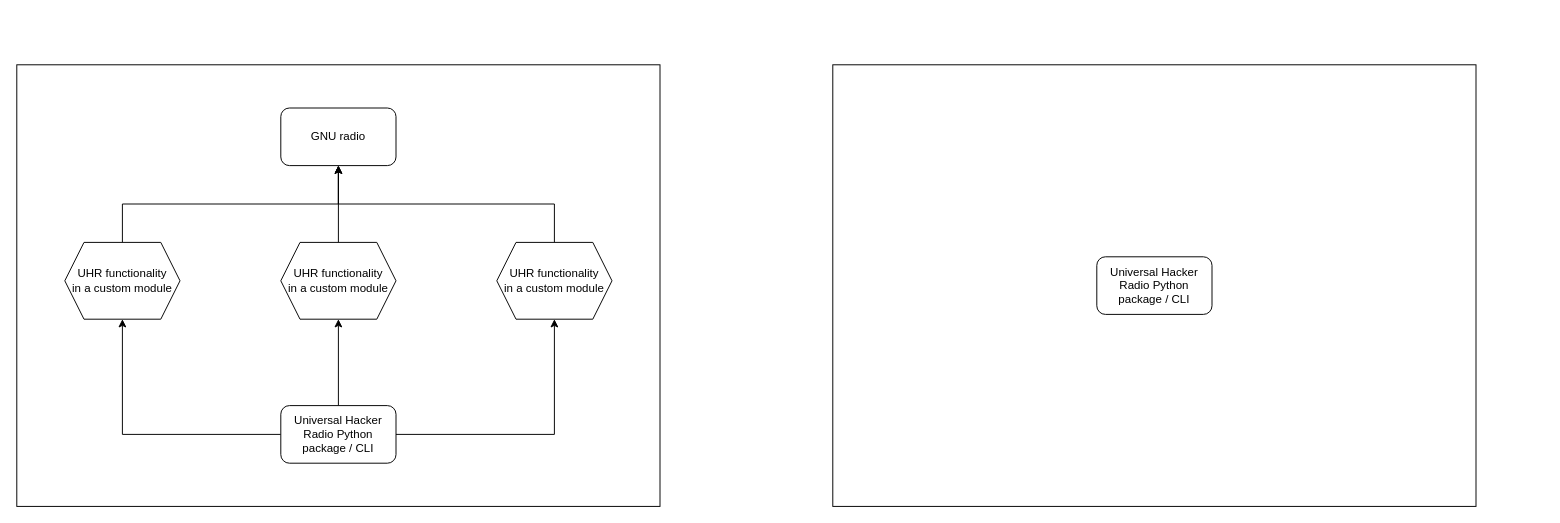
Earlier version of the draw.io diagram wsa-sdr.drawio (TerjeRusska/wsa-sdr). Source tidied: cells renumbered, new cells numbered last; positions are measured from the earlier drawing's top-left corner, leaving out a move shared by most shapes. Both pictures are drawn from the tidied source at 96%, with x=0, y=0 at pixel (16, 64).
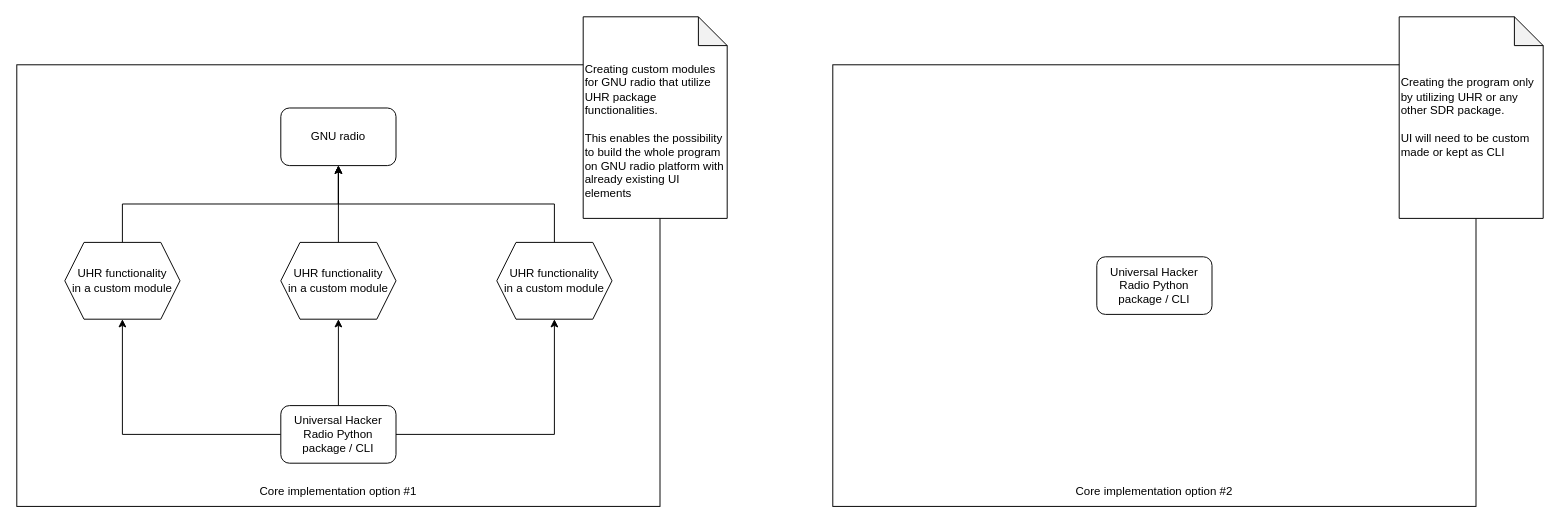
The same page after the edit.

What changed in the source:
```diff
@@
 <mxGraphModel>
   <root>
     <mxCell id="0" />
     <mxCell id="1" parent="0" />
     <mxCell id="2" style="rounded=0;whiteSpace=wrap;html=1;" parent="1" vertex="1">
       <mxGeometry x="850" width="670" height="460" as="geometry" />
     </mxCell>
     <mxCell id="3" style="rounded=0;whiteSpace=wrap;html=1;" parent="1" vertex="1">
       <mxGeometry width="670" height="460" as="geometry" />
     </mxCell>
     <mxCell id="4" style="edgeStyle=orthogonalEdgeStyle;rounded=0;jettySize=auto;html=1;" parent="1" edge="1" source="7" target="10">
       <mxGeometry relative="1" as="geometry" />
     </mxCell>
     <mxCell id="5" style="edgeStyle=orthogonalEdgeStyle;rounded=0;jettySize=auto;html=1;" parent="1" edge="1" source="7" target="12">
       <mxGeometry relative="1" as="geometry" />
     </mxCell>
     <mxCell id="6" style="edgeStyle=orthogonalEdgeStyle;rounded=0;jettySize=auto;html=1;" parent="1" edge="1" source="7" target="14">
       <mxGeometry relative="1" as="geometry" />
     </mxCell>
     <mxCell id="7" value="Universal Hacker Radio Python package / CLI" style="rounded=1;whiteSpace=wrap;html=1;" parent="1" vertex="1">
       <mxGeometry x="275" y="355" width="120" height="60" as="geometry" />
     </mxCell>
     <mxCell id="8" value="GNU radio" style="rounded=1;whiteSpace=wrap;html=1;" parent="1" vertex="1">
       <mxGeometry x="275" y="45" width="120" height="60" as="geometry" />
     </mxCell>
     <mxCell id="9" style="edgeStyle=orthogonalEdgeStyle;rounded=0;jettySize=auto;html=1;exitX=0.5;exitY=0;exitDx=0;exitDy=0;" parent="1" edge="1" source="10" target="8">
       <mxGeometry relative="1" as="geometry" />
     </mxCell>
     <mxCell id="10" value="&lt;div&gt;UHR functionality&lt;/div&gt;&lt;div&gt;in a custom module&lt;br&gt;&lt;/div&gt;" style="shape=hexagon;perimeter=hexagonPerimeter2;whiteSpace=wrap;html=1;fixedSize=1;" parent="1" vertex="1">
       <mxGeometry x="50" y="185" width="120" height="80" as="geometry" />
     </mxCell>
     <mxCell id="11" style="edgeStyle=orthogonalEdgeStyle;rounded=0;jettySize=auto;html=1;exitX=0.5;exitY=0;exitDx=0;exitDy=0;" parent="1" edge="1" source="12" target="8">
       <mxGeometry relative="1" as="geometry" />
     </mxCell>
     <mxCell id="12" value="&lt;div&gt;UHR functionality&lt;/div&gt;&lt;div&gt;in a custom module&lt;br&gt;&lt;/div&gt;" style="shape=hexagon;perimeter=hexagonPerimeter2;whiteSpace=wrap;html=1;fixedSize=1;" parent="1" vertex="1">
       <mxGeometry x="275" y="185" width="120" height="80" as="geometry" />
     </mxCell>
     <mxCell id="13" style="edgeStyle=orthogonalEdgeStyle;rounded=0;jettySize=auto;html=1;exitX=0.5;exitY=0;exitDx=0;exitDy=0;" parent="1" edge="1" source="14" target="8">
       <mxGeometry relative="1" as="geometry" />
     </mxCell>
     <mxCell id="14" value="&lt;div&gt;UHR functionality&lt;/div&gt;&lt;div&gt;in a custom module&lt;br&gt;&lt;/div&gt;" style="shape=hexagon;perimeter=hexagonPerimeter2;whiteSpace=wrap;html=1;fixedSize=1;" parent="1" vertex="1">
       <mxGeometry x="500" y="185" width="120" height="80" as="geometry" />
     </mxCell>
     <mxCell id="15" value="Universal Hacker Radio Python package / CLI" style="rounded=1;whiteSpace=wrap;html=1;" parent="1" vertex="1">
       <mxGeometry x="1125" y="200" width="120" height="60" as="geometry" />
     </mxCell>
+    <mxCell id="16" value="Core implementation option #1" style="text;html=1;strokeColor=none;fillColor=none;align=center;verticalAlign=middle;whiteSpace=wrap;rounded=0;" parent="1" vertex="1">
+      <mxGeometry y="430" width="670" height="30" as="geometry" />
+    </mxCell>
+    <mxCell id="17" value="Core implementation option #2" style="text;html=1;strokeColor=none;fillColor=none;align=center;verticalAlign=middle;whiteSpace=wrap;rounded=0;" parent="1" vertex="1">
+      <mxGeometry x="850" y="430" width="670" height="30" as="geometry" />
+    </mxCell>
+    <mxCell id="18" value="&lt;div align=&quot;left&quot;&gt;&lt;font style=&quot;font-size: 12px&quot;&gt;&lt;br&gt;&lt;/font&gt;&lt;/div&gt;&lt;div align=&quot;left&quot;&gt;&lt;font style=&quot;font-size: 12px&quot;&gt;&lt;br&gt;&lt;/font&gt;&lt;/div&gt;&lt;div align=&quot;left&quot;&gt;&lt;font style=&quot;font-size: 12px&quot;&gt;Creating custom modules for GNU radio that utilize UHR package functionalities.&lt;/font&gt;&lt;/div&gt;&lt;div align=&quot;left&quot;&gt;&lt;font style=&quot;font-size: 12px&quot;&gt;&lt;font style=&quot;font-size: 12px&quot;&gt;&lt;br&gt;&lt;/font&gt;&lt;/font&gt;&lt;/div&gt;&lt;div align=&quot;left&quot;&gt;&lt;font style=&quot;font-size: 12px&quot;&gt;&lt;font style=&quot;font-size: 12px&quot;&gt;This enables the possibility to build the whole program on GNU radio platform with already existing UI elements&lt;/font&gt;&lt;/font&gt;&lt;font style=&quot;font-size: 12px&quot;&gt;&lt;br&gt;&lt;/font&gt;&lt;/div&gt;" style="shape=note;whiteSpace=wrap;html=1;backgroundOutline=1;darkOpacity=0.05;align=left;" parent="1" vertex="1">
+      <mxGeometry x="590" y="-50" width="150" height="210" as="geometry" />
+    </mxCell>
+    <mxCell id="19" value="&lt;div&gt;Creating the program only by utilizing UHR or any other SDR package.&lt;/div&gt;&lt;div&gt;&lt;br&gt;&lt;/div&gt;&lt;div&gt;UI will need to be custom made or kept as CLI&lt;br&gt;&lt;/div&gt;" style="shape=note;whiteSpace=wrap;html=1;backgroundOutline=1;darkOpacity=0.05;align=left;" parent="1" vertex="1">
+      <mxGeometry x="1440" y="-50" width="150" height="210" as="geometry" />
+    </mxCell>
   </root>
 </mxGraphModel>
```
